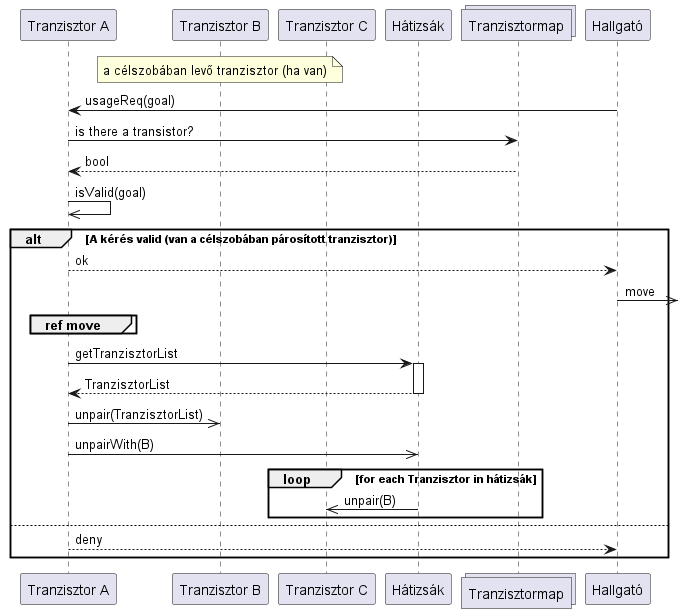
kipolaris/skyrimscriptsuttogok keeps this PlantUML diagram as out/diagramms/src/teleport/teleport.png. Above is the earlier version.
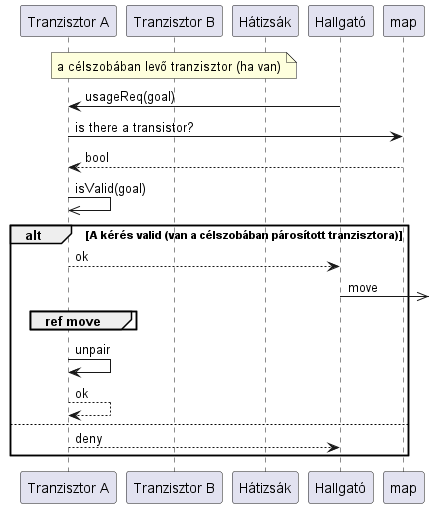
The same file after the commit.

Diff of the diagram source:
```diff
@@ -1,9 +1,7 @@
 @startuml teleport
 Participant "Tranzisztor A" as tranz
 participant "Tranzisztor B" as tranz2
-participant "Tranzisztor C" as tranz3
 participant "Hátizsák" as hát
-collections "Tranzisztormap" as map
 Participant Hallgató as h
 
 note over tranz2 : a célszobában levő tranzisztor (ha van)
@@ -14,7 +12,7 @@
 
 tranz->>tranz : isValid(goal)
 
-alt A kérés valid (van a célszobában párosított tranzisztor)
+alt A kérés valid (van a célszobában párosított tranzisztora)
 
     tranz-->h : ok
     h->>] : move
@@ -22,15 +20,8 @@
     group ref move
     end
 
-    tranz->hát ++: getTranzisztorList
-    return TranzisztorList
-
-    tranz->>tranz2 : unpair(TranzisztorList)
-
-    tranz->>hát : unpairWith(B)
-    loop for each Tranzisztor in hátizsák
-        hát->>tranz3 : unpair(B)
-    end
+    tranz->tranz : unpair
+    return ok
 else
     tranz-->h : deny
 end
```
